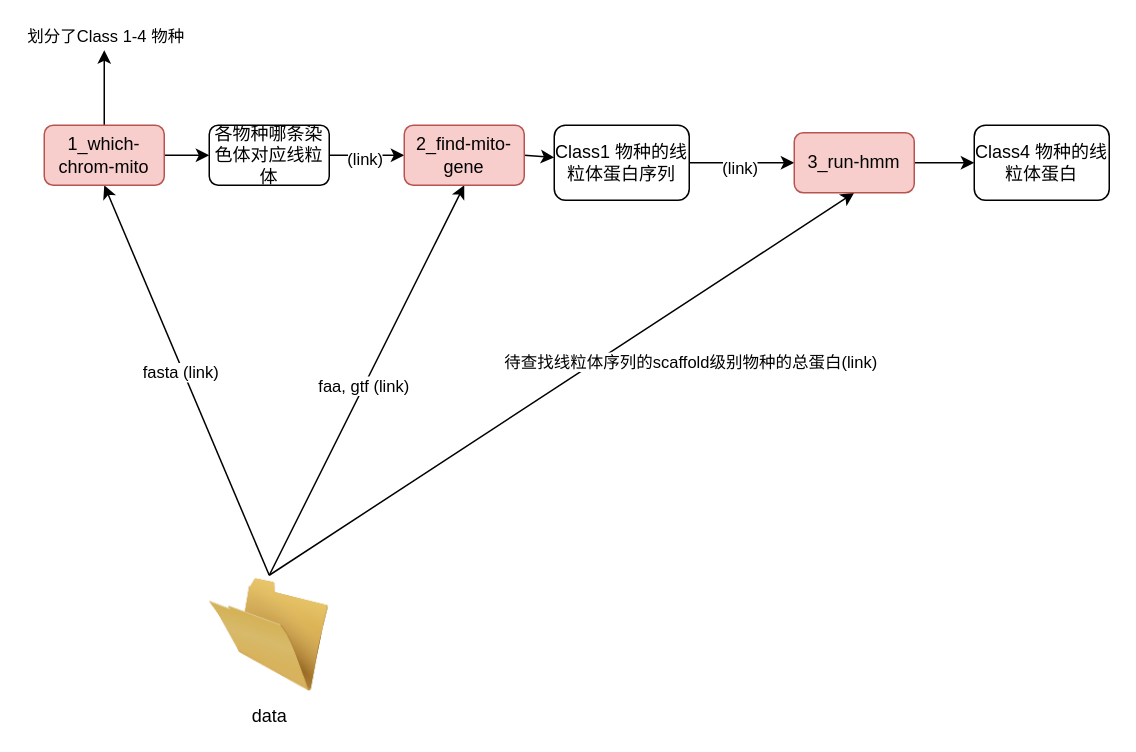
Above: .structure/hmm branch.drawio in zliu90693/check-scaffold-mito (draw.io), before the change. Source tidied: cells renumbered, new cells numbered last; positions are measured from the earlier drawing's top-left corner, leaving out a move shared by most shapes. Both pictures are drawn from the tidied source at 150%, with x=0, y=0 at pixel (44, 50).
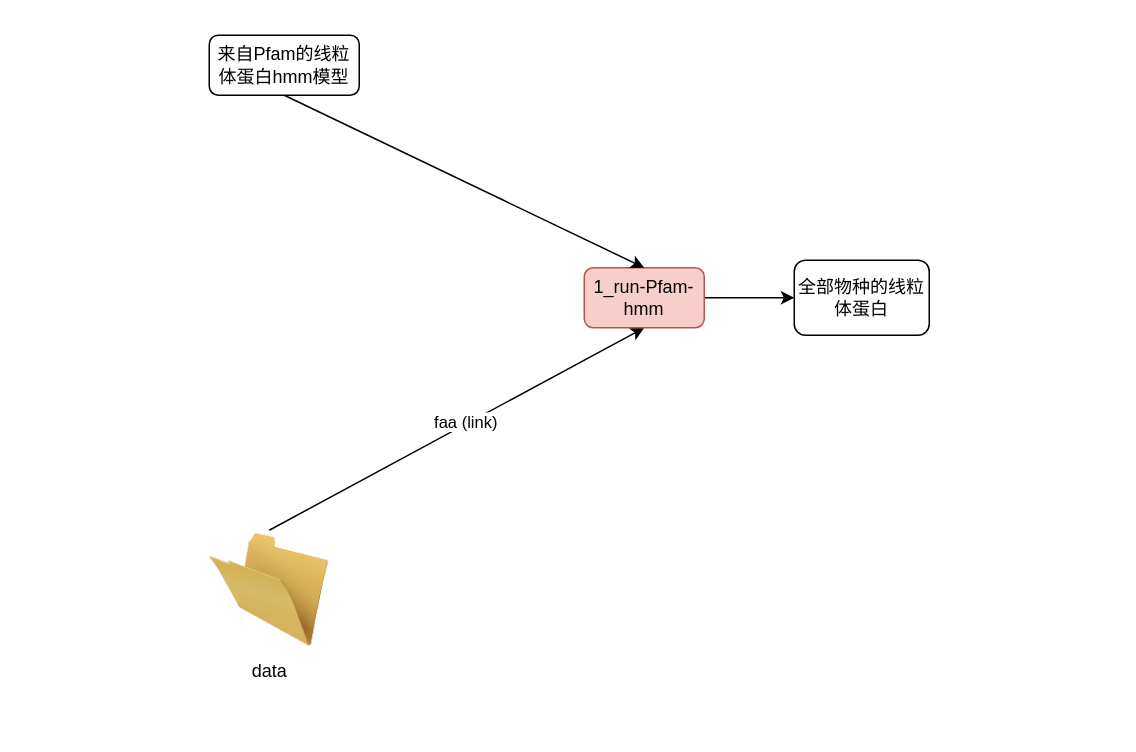
After the change.

The edit, as a diff of the source:
```diff
@@
-    <mxCell id="2" style="edgeStyle=none;html=1;exitX=0.5;exitY=0;exitDx=0;exitDy=0;entryX=0.5;entryY=1;entryDx=0;entryDy=0;" parent="1" edge="1" source="8" target="12">
+    <mxCell id="2" style="edgeStyle=none;html=1;exitX=0.5;exitY=0;exitDx=0;exitDy=0;entryX=0.5;entryY=1;entryDx=0;entryDy=0;" parent="1" edge="1" source="8" target="22">
       <mxGeometry relative="1" as="geometry" />
     </mxCell>
-    <mxCell id="3" value="fasta (link)" style="edgeLabel;html=1;align=center;verticalAlign=middle;" parent="2" vertex="1">
+    <mxCell id="3" value="faa (link)" style="edgeLabel;html=1;align=center;verticalAlign=middle;" parent="2" vertex="1">
       <mxGeometry x="0.05" y="2" relative="1" as="geometry" />
     </mxCell>
-    <mxCell id="4" style="edgeStyle=none;html=1;exitX=0.5;exitY=0;exitDx=0;exitDy=0;entryX=0.5;entryY=1;entryDx=0;entryDy=0;" parent="1" edge="1" source="8" target="17">
-      <mxGeometry relative="1" as="geometry" />
-    </mxCell>
-    <mxCell id="5" value="faa, gtf (link)" style="edgeLabel;html=1;align=center;verticalAlign=middle;" parent="4" vertex="1">
-      <mxGeometry x="-0.03" y="1" relative="1" as="geometry" />
-    </mxCell>
-    <mxCell id="6" style="edgeStyle=none;html=1;exitX=0.5;exitY=0;exitDx=0;exitDy=0;entryX=0.5;entryY=1;entryDx=0;entryDy=0;" parent="1" edge="1" source="8" target="22">
-      <mxGeometry relative="1" as="geometry" />
-    </mxCell>
-    <mxCell id="7" value="待查找线粒体序列的scaffold级别物种的总蛋白(link)" style="edgeLabel;html=1;align=center;verticalAlign=middle;" parent="6" vertex="1">
-      <mxGeometry x="0.11" y="1" relative="1" as="geometry">
-        <mxPoint x="64" as="offset" />
-      </mxGeometry>
-    </mxCell>
     <mxCell id="8" value="data" style="image;html=1;image=img/lib/clip_art/general/Empty_Folder_128x128.png;" parent="1" vertex="1">
-      <mxGeometry x="110" y="350" width="80" height="80" as="geometry" />
+      <mxGeometry x="110" y="320" width="80" height="80" as="geometry" />
     </mxCell>
-    <mxCell id="9" style="edgeStyle=none;html=1;exitX=1;exitY=0.5;exitDx=0;exitDy=0;entryX=0;entryY=0.5;entryDx=0;entryDy=0;" parent="1" edge="1" source="12" target="15">
-      <mxGeometry relative="1" as="geometry" />
-    </mxCell>
-    <mxCell id="10" style="edgeStyle=none;html=1;exitX=0.5;exitY=0;exitDx=0;exitDy=0;" parent="1" edge="1" source="12">
-      <mxGeometry relative="1" as="geometry">
-        <mxPoint x="40" as="targetPoint" />
-      </mxGeometry>
-    </mxCell>
-    <mxCell id="11" value="划分了Class 1-4 物种" style="edgeLabel;html=1;align=center;verticalAlign=middle;" parent="10" vertex="1">
-      <mxGeometry x="0.48" y="-1" relative="1" as="geometry">
-        <mxPoint x="-1" y="-23" as="offset" />
-      </mxGeometry>
-    </mxCell>
-    <mxCell id="12" value="1_which-chrom-mito" style="rounded=1;whiteSpace=wrap;html=1;fillColor=#f8cecc;strokeColor=#b85450;" parent="1" vertex="1">
-      <mxGeometry y="50" width="80" height="40" as="geometry" />
-    </mxCell>
-    <mxCell id="13" style="edgeStyle=none;html=1;exitX=1;exitY=0.5;exitDx=0;exitDy=0;entryX=0;entryY=0.5;entryDx=0;entryDy=0;" parent="1" edge="1" source="15" target="17">
-      <mxGeometry relative="1" as="geometry" />
-    </mxCell>
-    <mxCell id="14" value="(link)" style="edgeLabel;html=1;align=center;verticalAlign=middle;" parent="13" vertex="1">
-      <mxGeometry x="-0.07" y="-2" relative="1" as="geometry" />
-    </mxCell>
-    <mxCell id="15" value="各物种哪条染色体对应线粒体" style="rounded=1;whiteSpace=wrap;html=1;" parent="1" vertex="1">
-      <mxGeometry x="110" y="50" width="80" height="40" as="geometry" />
-    </mxCell>
-    <mxCell id="16" style="edgeStyle=none;html=1;exitX=1;exitY=0.5;exitDx=0;exitDy=0;" parent="1" edge="1" source="17" target="20">
-      <mxGeometry relative="1" as="geometry" />
-    </mxCell>
-    <mxCell id="17" value="2_find-mito-gene" style="rounded=1;whiteSpace=wrap;html=1;fillColor=#f8cecc;strokeColor=#b85450;" parent="1" vertex="1">
-      <mxGeometry x="240" y="50" width="80" height="40" as="geometry" />
-    </mxCell>
-    <mxCell id="18" style="edgeStyle=none;html=1;exitX=1;exitY=0.5;exitDx=0;exitDy=0;entryX=0;entryY=0.5;entryDx=0;entryDy=0;" parent="1" edge="1" source="20" target="22">
-      <mxGeometry relative="1" as="geometry" />
-    </mxCell>
-    <mxCell id="19" value="(link)" style="edgeLabel;html=1;align=center;verticalAlign=middle;" parent="18" vertex="1">
-      <mxGeometry x="-0.05" y="-3" relative="1" as="geometry" />
-    </mxCell>
-    <mxCell id="20" value="Class1 物种的线粒体蛋白序列" style="rounded=1;whiteSpace=wrap;html=1;" parent="1" vertex="1">
-      <mxGeometry x="340" y="50" width="90" height="50" as="geometry" />
-    </mxCell>
@@
-    <mxCell id="22" value="3_run-hmm" style="rounded=1;whiteSpace=wrap;html=1;fillColor=#f8cecc;strokeColor=#b85450;" parent="1" vertex="1">
-      <mxGeometry x="500" y="55" width="80" height="40" as="geometry" />
+    <mxCell id="22" value="1_run-Pfam-hmm" style="rounded=1;whiteSpace=wrap;html=1;fillColor=#f8cecc;strokeColor=#b85450;" parent="1" vertex="1">
+      <mxGeometry x="360" y="145" width="80" height="40" as="geometry" />
     </mxCell>
-    <mxCell id="23" value="Class4 物种的线粒体蛋白" style="rounded=1;whiteSpace=wrap;html=1;" parent="1" vertex="1">
-      <mxGeometry x="620" y="50" width="90" height="50" as="geometry" />
+    <mxCell id="23" value="全部物种的线粒体蛋白" style="rounded=1;whiteSpace=wrap;html=1;" parent="1" vertex="1">
+      <mxGeometry x="500" y="140" width="90" height="50" as="geometry" />
     </mxCell>
+    <mxCell id="24" style="edgeStyle=none;html=1;exitX=0.5;exitY=1;exitDx=0;exitDy=0;entryX=0.5;entryY=0;entryDx=0;entryDy=0;" parent="1" edge="1" source="25" target="22">
+      <mxGeometry relative="1" as="geometry" />
+    </mxCell>
+    <mxCell id="25" value="来自Pfam的线粒体蛋白hmm模型" style="rounded=1;whiteSpace=wrap;html=1;" parent="1" vertex="1">
+      <mxGeometry x="110" y="-10" width="100" height="40" as="geometry" />
+    </mxCell>
```
